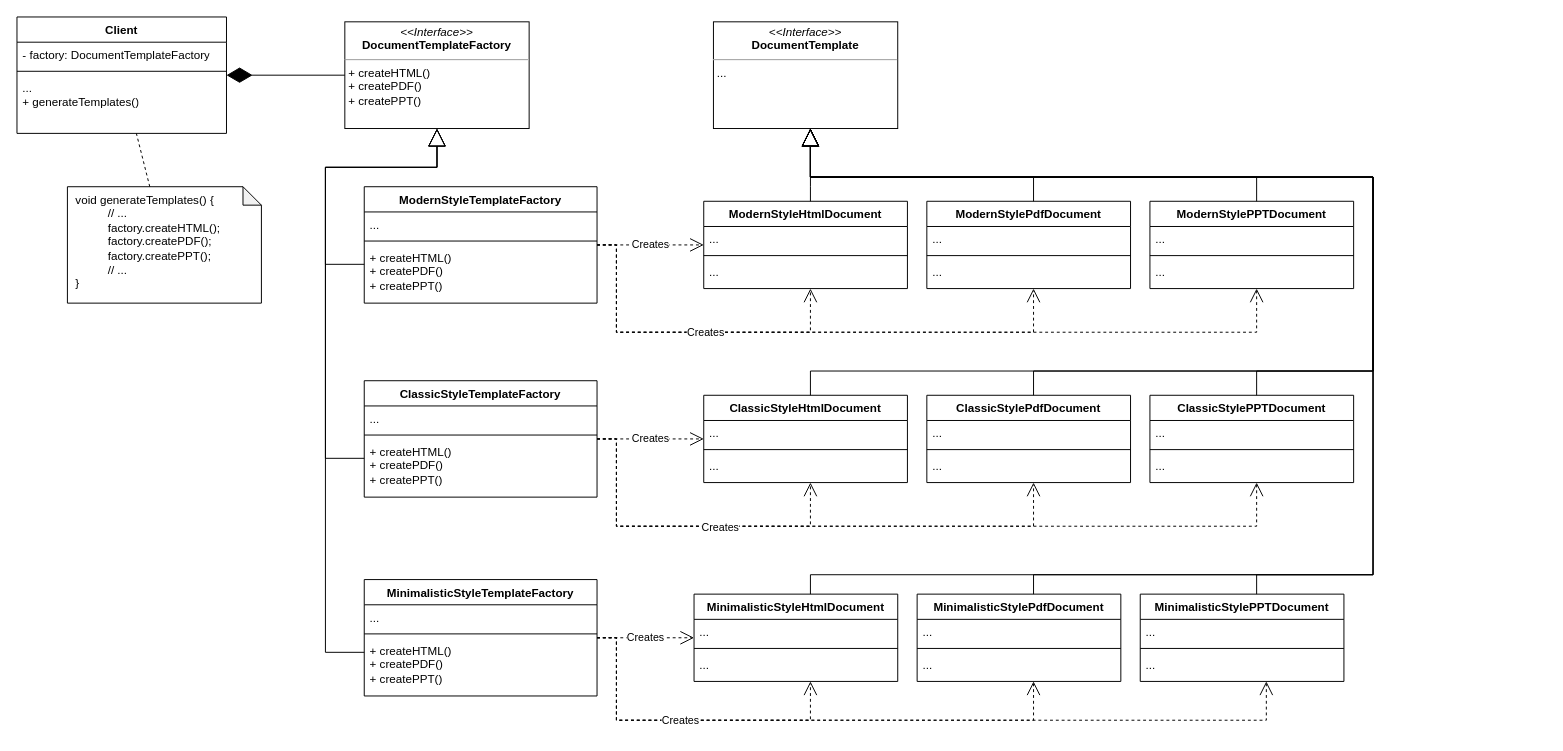
Above: src/main/resources/diagrams/creational/abstract/factory/abstractfactory_problem_definition.drawio in dominikcebula/gof-design-patterns (draw.io), before the change. Source tidied: cells renumbered, new cells numbered last; positions are measured from the earlier drawing's top-left corner, leaving out a move shared by most shapes. Both pictures are drawn from the tidied source at 97%, with x=0, y=0 at pixel (16, 16).
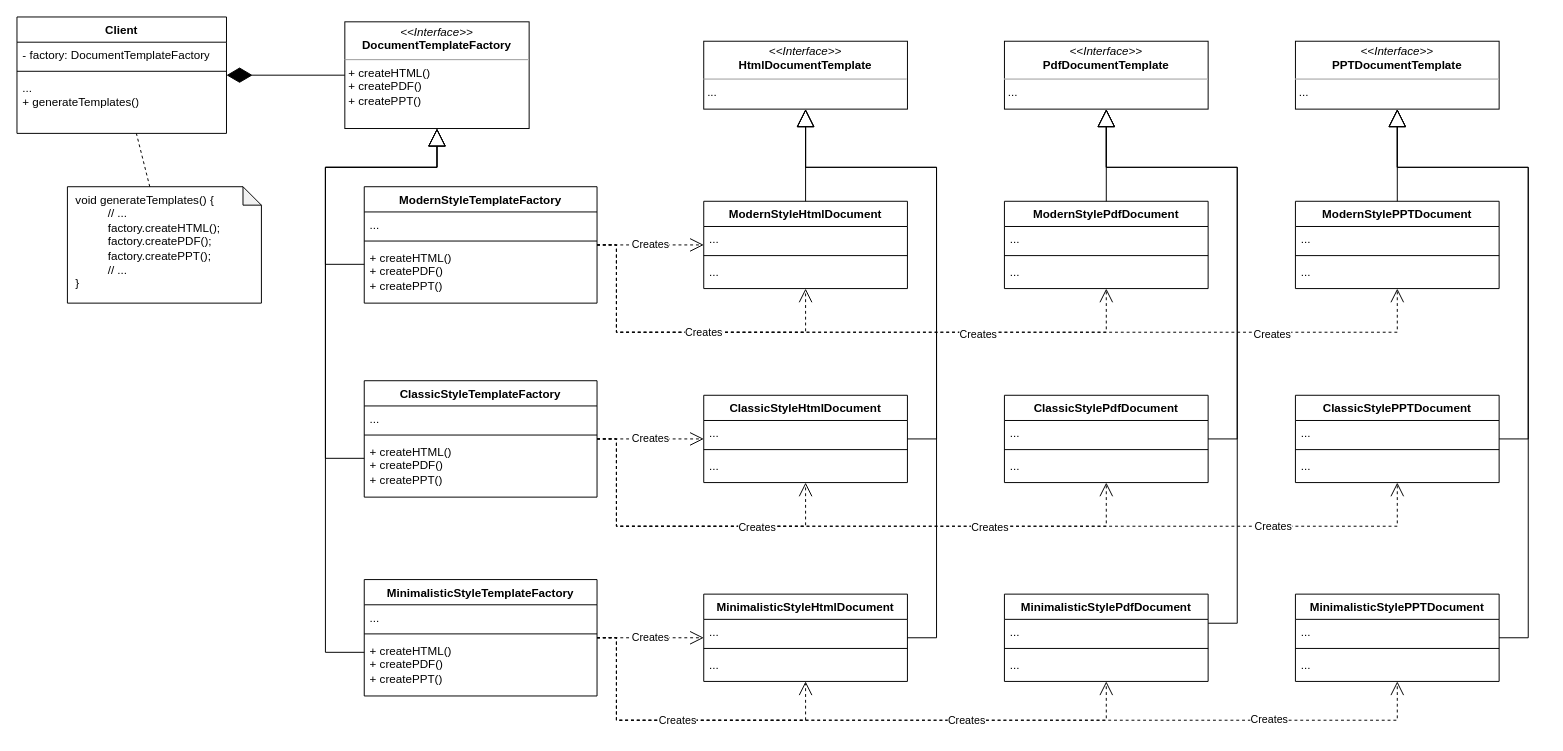
The same diagram, later.

Unchanged cells that the change refers to:
```xml
<mxCell id="5" value="ModernStyleTemplateFactory" style="swimlane;fontStyle=1;align=center;verticalAlign=top;horizontal=1;startSize=26;whiteSpace=wrap;html=1;" parent="1" vertex="1">
  <mxGeometry x="358" y="175" width="240" height="120" as="geometry" />
</mxCell>
<mxCell id="9" value="ClassicStyleTemplateFactory" style="swimlane;fontStyle=1;align=center;verticalAlign=top;horizontal=1;startSize=26;whiteSpace=wrap;html=1;" parent="1" vertex="1">
  <mxGeometry x="358" y="375" width="240" height="120" as="geometry" />
</mxCell>
<mxCell id="13" value="MinimalisticStyleTemplateFactory" style="swimlane;fontStyle=1;align=center;verticalAlign=top;horizontal=1;startSize=26;whiteSpace=wrap;html=1;" parent="1" vertex="1">
  <mxGeometry x="358" y="580" width="240" height="120" as="geometry" />
</mxCell>
<mxCell id="28" value="ModernStyleHtmlDocument" style="swimlane;fontStyle=1;align=center;verticalAlign=top;horizontal=1;startSize=26;whiteSpace=wrap;html=1;" parent="1" vertex="1">
  <mxGeometry x="708" y="190" width="210" height="90" as="geometry" />
</mxCell>
<mxCell id="44" value="ClassicStyleHtmlDocument" style="swimlane;fontStyle=1;align=center;verticalAlign=top;horizontal=1;startSize=26;whiteSpace=wrap;html=1;" parent="1" vertex="1">
  <mxGeometry x="708" y="390" width="210" height="90" as="geometry" />
</mxCell>
```

Diff of the diagram source:
```diff
@@
     <mxCell id="2" style="endArrow=open;endSize=12;dashed=1;html=1;rounded=0;edgeStyle=orthogonalEdgeStyle;" parent="1" edge="1" source="5" target="36">
       <mxGeometry x="-0.01" relative="1" as="geometry">
         <Array as="points">
           <mxPoint x="618" y="235" />
           <mxPoint x="618" y="325" />
-          <mxPoint x="1278" y="325" />
+          <mxPoint x="1423" y="325" />
         </Array>
       </mxGeometry>
     </mxCell>
+    <mxCell id="84" value="Creates" style="edgeLabel;html=1;align=center;verticalAlign=middle;" parent="2" vertex="1">
+      <mxGeometry x="0.58" y="-1" relative="1" as="geometry">
+        <mxPoint x="27" as="offset" />
+      </mxGeometry>
+    </mxCell>
     <mxCell id="3" style="endArrow=open;endSize=12;dashed=1;html=1;rounded=0;edgeStyle=orthogonalEdgeStyle;" parent="1" edge="1" source="5" target="32">
       <mxGeometry x="0.14" relative="1" as="geometry">
         <Array as="points">
           <mxPoint x="618" y="235" />
           <mxPoint x="618" y="325" />
-          <mxPoint x="1048" y="325" />
+          <mxPoint x="1123" y="325" />
         </Array>
       </mxGeometry>
     </mxCell>
+    <mxCell id="85" value="Creates" style="edgeLabel;html=1;align=center;verticalAlign=middle;" parent="3" vertex="1">
+      <mxGeometry x="0.46" y="-1" relative="1" as="geometry" />
+    </mxCell>
@@
-    <mxCell id="27" value="&lt;p style=&quot;margin:0px;margin-top:4px;text-align:center;&quot;&gt;&lt;i&gt;&amp;lt;&amp;lt;Interface&amp;gt;&amp;gt;&lt;/i&gt;&lt;br&gt;&lt;b&gt;DocumentTemplate&lt;/b&gt;&lt;br&gt;&lt;/p&gt;&lt;hr size=&quot;1&quot;&gt;&lt;p style=&quot;margin:0px;margin-left:4px;&quot;&gt;&lt;/p&gt;&lt;p style=&quot;margin:0px;margin-left:4px;&quot;&gt;...&lt;/p&gt;" style="verticalAlign=top;align=left;overflow=fill;fontSize=12;fontFamily=Helvetica;html=1;whiteSpace=wrap;" parent="1" vertex="1">
-      <mxGeometry x="718" y="5" width="190" height="110" as="geometry" />
+    <mxCell id="27" value="&lt;p style=&quot;margin:0px;margin-top:4px;text-align:center;&quot;&gt;&lt;i&gt;&amp;lt;&amp;lt;Interface&amp;gt;&amp;gt;&lt;/i&gt;&lt;br&gt;&lt;b&gt;HtmlDocumentTemplate&lt;/b&gt;&lt;br&gt;&lt;/p&gt;&lt;hr size=&quot;1&quot;&gt;&lt;p style=&quot;margin:0px;margin-left:4px;&quot;&gt;&lt;/p&gt;&lt;p style=&quot;margin:0px;margin-left:4px;&quot;&gt;...&lt;/p&gt;" style="verticalAlign=top;align=left;overflow=fill;fontSize=12;fontFamily=Helvetica;html=1;whiteSpace=wrap;" parent="1" vertex="1">
+      <mxGeometry x="708" y="25" width="210" height="70" as="geometry" />
     </mxCell>
@@
     <mxCell id="32" value="ModernStylePdfDocument" style="swimlane;fontStyle=1;align=center;verticalAlign=top;horizontal=1;startSize=26;whiteSpace=wrap;html=1;" parent="1" vertex="1">
-      <mxGeometry x="938" y="190" width="210" height="90" as="geometry" />
+      <mxGeometry x="1018" y="190" width="210" height="90" as="geometry" />
     </mxCell>
@@
     <mxCell id="36" value="ModernStylePPTDocument" style="swimlane;fontStyle=1;align=center;verticalAlign=top;horizontal=1;startSize=26;whiteSpace=wrap;html=1;" parent="1" vertex="1">
-      <mxGeometry x="1168" y="190" width="210" height="90" as="geometry" />
+      <mxGeometry x="1318" y="190" width="210" height="90" as="geometry" />
     </mxCell>
@@
-    <mxCell id="40" style="endArrow=block;endSize=16;endFill=0;html=1;rounded=0;edgeStyle=orthogonalEdgeStyle;" parent="1" edge="1" source="28" target="27">
-      <mxGeometry relative="1" as="geometry">
-        <Array as="points">
-          <mxPoint x="818" y="175" />
-          <mxPoint x="818" y="175" />
-        </Array>
-      </mxGeometry>
-    </mxCell>
-    <mxCell id="41" style="endArrow=block;endSize=16;endFill=0;html=1;rounded=0;edgeStyle=orthogonalEdgeStyle;" parent="1" edge="1" source="32" target="27">
-      <mxGeometry relative="1" as="geometry">
-        <Array as="points">
-          <mxPoint x="1048" y="165" />
-          <mxPoint x="818" y="165" />
-        </Array>
-      </mxGeometry>
-    </mxCell>
-    <mxCell id="42" style="endArrow=block;endSize=16;endFill=0;html=1;rounded=0;edgeStyle=orthogonalEdgeStyle;" parent="1" edge="1" source="36" target="27">
-      <mxGeometry relative="1" as="geometry">
-        <Array as="points">
-          <mxPoint x="1278" y="165" />
-          <mxPoint x="818" y="165" />
-        </Array>
-      </mxGeometry>
-    </mxCell>
@@
     <mxCell id="48" value="ClassicStylePdfDocument" style="swimlane;fontStyle=1;align=center;verticalAlign=top;horizontal=1;startSize=26;whiteSpace=wrap;html=1;" parent="1" vertex="1">
-      <mxGeometry x="938" y="390" width="210" height="90" as="geometry" />
+      <mxGeometry x="1018" y="390" width="210" height="90" as="geometry" />
     </mxCell>
@@
     <mxCell id="52" value="ClassicStylePPTDocument" style="swimlane;fontStyle=1;align=center;verticalAlign=top;horizontal=1;startSize=26;whiteSpace=wrap;html=1;" parent="1" vertex="1">
-      <mxGeometry x="1168" y="390" width="210" height="90" as="geometry" />
+      <mxGeometry x="1318" y="390" width="210" height="90" as="geometry" />
     </mxCell>
@@
-    <mxCell id="56" style="endArrow=block;endSize=16;endFill=0;html=1;rounded=0;edgeStyle=orthogonalEdgeStyle;" parent="1" edge="1" source="44" target="27">
-      <mxGeometry relative="1" as="geometry">
-        <Array as="points">
-          <mxPoint x="818" y="365" />
-          <mxPoint x="1398" y="365" />
-          <mxPoint x="1398" y="165" />
-          <mxPoint x="818" y="165" />
-        </Array>
-      </mxGeometry>
-    </mxCell>
-    <mxCell id="57" style="endArrow=block;endSize=16;endFill=0;html=1;rounded=0;edgeStyle=orthogonalEdgeStyle;" parent="1" edge="1" source="48" target="27">
-      <mxGeometry relative="1" as="geometry">
-        <Array as="points">
-          <mxPoint x="1048" y="365" />
-          <mxPoint x="1398" y="365" />
-          <mxPoint x="1398" y="165" />
-          <mxPoint x="818" y="165" />
-        </Array>
-      </mxGeometry>
-    </mxCell>
-    <mxCell id="58" style="endArrow=block;endSize=16;endFill=0;html=1;rounded=0;edgeStyle=orthogonalEdgeStyle;" parent="1" edge="1" source="52" target="27">
-      <mxGeometry relative="1" as="geometry">
-        <Array as="points">
-          <mxPoint x="1278" y="365" />
-          <mxPoint x="1398" y="365" />
-          <mxPoint x="1398" y="165" />
-          <mxPoint x="818" y="165" />
-        </Array>
-      </mxGeometry>
-    </mxCell>
@@
     <mxCell id="60" style="endArrow=open;endSize=12;dashed=1;html=1;rounded=0;edgeStyle=orthogonalEdgeStyle;" parent="1" edge="1" source="9" target="44">
       <mxGeometry x="-0.01" relative="1" as="geometry">
         <Array as="points">
           <mxPoint x="618" y="435" />
           <mxPoint x="618" y="525" />
-          <mxPoint x="818" y="525" />
+          <mxPoint x="813" y="525" />
         </Array>
       </mxGeometry>
     </mxCell>
     <mxCell id="61" style="endArrow=open;endSize=12;dashed=1;html=1;rounded=0;edgeStyle=orthogonalEdgeStyle;" parent="1" edge="1" source="9" target="48">
       <mxGeometry x="-0.01" relative="1" as="geometry">
         <Array as="points">
           <mxPoint x="618" y="435" />
           <mxPoint x="618" y="525" />
-          <mxPoint x="1048" y="525" />
+          <mxPoint x="1123" y="525" />
         </Array>
       </mxGeometry>
     </mxCell>
     <mxCell id="62" style="endArrow=open;endSize=12;dashed=1;html=1;rounded=0;edgeStyle=orthogonalEdgeStyle;" parent="1" edge="1" source="9" target="52">
       <mxGeometry x="-0.01" relative="1" as="geometry">
         <Array as="points">
           <mxPoint x="618" y="435" />
           <mxPoint x="618" y="525" />
-          <mxPoint x="1278" y="525" />
+          <mxPoint x="1423" y="525" />
         </Array>
       </mxGeometry>
     </mxCell>
@@
+    <mxCell id="86" value="Creates" style="edgeLabel;html=1;align=center;verticalAlign=middle;" parent="62" vertex="1">
+      <mxGeometry x="0.03" relative="1" as="geometry" />
+    </mxCell>
+    <mxCell id="87" value="Creates" style="edgeLabel;html=1;align=center;verticalAlign=middle;" parent="62" vertex="1">
+      <mxGeometry x="0.57" y="1" relative="1" as="geometry">
+        <mxPoint x="32" as="offset" />
+      </mxGeometry>
+    </mxCell>
     <mxCell id="64" value="Creates" style="endArrow=open;endSize=12;dashed=1;html=1;rounded=0;edgeStyle=orthogonalEdgeStyle;" parent="1" edge="1" source="5" target="28">
       <mxGeometry x="0.14" relative="1" as="geometry">
         <Array as="points">
           <mxPoint x="618" y="235" />
           <mxPoint x="618" y="325" />
-          <mxPoint x="818" y="325" />
+          <mxPoint x="813" y="325" />
         </Array>
       </mxGeometry>
     </mxCell>
     <mxCell id="65" value="MinimalisticStyleHtmlDocument" style="swimlane;fontStyle=1;align=center;verticalAlign=top;horizontal=1;startSize=26;whiteSpace=wrap;html=1;" parent="1" vertex="1">
-      <mxGeometry x="698" y="595" width="210" height="90" as="geometry" />
+      <mxGeometry x="708" y="595" width="210" height="90" as="geometry" />
     </mxCell>
@@
     <mxCell id="69" value="MinimalisticStylePdfDocument" style="swimlane;fontStyle=1;align=center;verticalAlign=top;horizontal=1;startSize=26;whiteSpace=wrap;html=1;" parent="1" vertex="1">
-      <mxGeometry x="928" y="595" width="210" height="90" as="geometry" />
+      <mxGeometry x="1018" y="595" width="210" height="90" as="geometry" />
     </mxCell>
@@
     <mxCell id="73" value="MinimalisticStylePPTDocument" style="swimlane;fontStyle=1;align=center;verticalAlign=top;horizontal=1;startSize=26;whiteSpace=wrap;html=1;" parent="1" vertex="1">
-      <mxGeometry x="1158" y="595" width="210" height="90" as="geometry" />
+      <mxGeometry x="1318" y="595" width="210" height="90" as="geometry" />
     </mxCell>
@@
-    <mxCell id="77" style="endArrow=block;endSize=16;endFill=0;html=1;rounded=0;edgeStyle=orthogonalEdgeStyle;" parent="1" edge="1" source="65" target="27">
-      <mxGeometry relative="1" as="geometry">
-        <Array as="points">
-          <mxPoint x="818" y="575" />
-          <mxPoint x="1398" y="575" />
-          <mxPoint x="1398" y="165" />
-          <mxPoint x="818" y="165" />
-        </Array>
-      </mxGeometry>
-    </mxCell>
-    <mxCell id="78" style="endArrow=block;endSize=16;endFill=0;html=1;rounded=0;edgeStyle=orthogonalEdgeStyle;" parent="1" edge="1" source="69" target="27">
-      <mxGeometry relative="1" as="geometry">
-        <Array as="points">
-          <mxPoint x="1048" y="575" />
-          <mxPoint x="1398" y="575" />
-          <mxPoint x="1398" y="165" />
-          <mxPoint x="818" y="165" />
-        </Array>
-      </mxGeometry>
-    </mxCell>
-    <mxCell id="79" style="endArrow=block;endSize=16;endFill=0;html=1;rounded=0;edgeStyle=orthogonalEdgeStyle;" parent="1" edge="1" source="73" target="27">
-      <mxGeometry relative="1" as="geometry">
-        <Array as="points">
-          <mxPoint x="1278" y="575" />
-          <mxPoint x="1398" y="575" />
-          <mxPoint x="1398" y="165" />
-          <mxPoint x="818" y="165" />
-        </Array>
-      </mxGeometry>
-    </mxCell>
@@
     <mxCell id="81" style="endArrow=open;endSize=12;dashed=1;html=1;rounded=0;edgeStyle=orthogonalEdgeStyle;" parent="1" edge="1" source="13" target="73">
       <mxGeometry x="-0.01" relative="1" as="geometry">
         <Array as="points">
           <mxPoint x="618" y="640" />
           <mxPoint x="618" y="725" />
-          <mxPoint x="1288" y="725" />
+          <mxPoint x="1423" y="725" />
         </Array>
       </mxGeometry>
     </mxCell>
+    <mxCell id="88" value="Creates" style="edgeLabel;html=1;align=center;verticalAlign=middle;" parent="81" vertex="1">
+      <mxGeometry x="0.63" y="2" relative="1" as="geometry">
+        <mxPoint x="3" as="offset" />
+      </mxGeometry>
+    </mxCell>
     <mxCell id="82" style="endArrow=open;endSize=12;dashed=1;html=1;rounded=0;edgeStyle=orthogonalEdgeStyle;" parent="1" edge="1" source="13" target="69">
       <mxGeometry x="-0.01" relative="1" as="geometry">
         <Array as="points">
           <mxPoint x="618" y="640" />
           <mxPoint x="618" y="725" />
-          <mxPoint x="1048" y="725" />
+          <mxPoint x="1123" y="725" />
         </Array>
       </mxGeometry>
     </mxCell>
+    <mxCell id="89" value="Creates" style="edgeLabel;html=1;align=center;verticalAlign=middle;" parent="82" vertex="1">
+      <mxGeometry x="0.43" y="1" relative="1" as="geometry" />
+    </mxCell>
     <mxCell id="83" value="Creates" style="endArrow=open;endSize=12;dashed=1;html=1;rounded=0;edgeStyle=orthogonalEdgeStyle;" parent="1" edge="1" source="13" target="65">
       <mxGeometry x="-0.01" relative="1" as="geometry">
         <Array as="points">
           <mxPoint x="618" y="640" />
           <mxPoint x="618" y="725" />
-          <mxPoint x="818" y="725" />
+          <mxPoint x="813" y="725" />
         </Array>
       </mxGeometry>
     </mxCell>
+    <mxCell id="90" value="&lt;p style=&quot;margin:0px;margin-top:4px;text-align:center;&quot;&gt;&lt;i&gt;&amp;lt;&amp;lt;Interface&amp;gt;&amp;gt;&lt;/i&gt;&lt;br&gt;&lt;b&gt;PdfDocumentTemplate&lt;/b&gt;&lt;br&gt;&lt;/p&gt;&lt;hr size=&quot;1&quot;&gt;&lt;p style=&quot;margin:0px;margin-left:4px;&quot;&gt;&lt;/p&gt;&lt;p style=&quot;margin:0px;margin-left:4px;&quot;&gt;...&lt;/p&gt;" style="verticalAlign=top;align=left;overflow=fill;fontSize=12;fontFamily=Helvetica;html=1;whiteSpace=wrap;" parent="1" vertex="1">
+      <mxGeometry x="1018" y="25" width="210" height="70" as="geometry" />
+    </mxCell>
+    <mxCell id="91" value="&lt;p style=&quot;margin:0px;margin-top:4px;text-align:center;&quot;&gt;&lt;i&gt;&amp;lt;&amp;lt;Interface&amp;gt;&amp;gt;&lt;/i&gt;&lt;br&gt;&lt;b&gt;PPTDocumentTemplate&lt;/b&gt;&lt;br&gt;&lt;/p&gt;&lt;hr size=&quot;1&quot;&gt;&lt;p style=&quot;margin:0px;margin-left:4px;&quot;&gt;&lt;/p&gt;&lt;p style=&quot;margin:0px;margin-left:4px;&quot;&gt;...&lt;/p&gt;" style="verticalAlign=top;align=left;overflow=fill;fontSize=12;fontFamily=Helvetica;html=1;whiteSpace=wrap;" parent="1" vertex="1">
+      <mxGeometry x="1318" y="25" width="210" height="70" as="geometry" />
+    </mxCell>
+    <mxCell id="40" style="endArrow=block;endSize=16;endFill=0;html=1;rounded=0;" parent="1" edge="1" source="28" target="27">
+      <mxGeometry relative="1" as="geometry" />
+    </mxCell>
+    <mxCell id="92" style="endArrow=block;endSize=16;endFill=0;html=1;rounded=0;" parent="1" edge="1" source="32" target="90">
+      <mxGeometry relative="1" as="geometry" />
+    </mxCell>
+    <mxCell id="93" style="endArrow=block;endSize=16;endFill=0;html=1;rounded=0;" parent="1" edge="1" source="36" target="91">
+      <mxGeometry relative="1" as="geometry" />
+    </mxCell>
+    <mxCell id="56" style="endArrow=block;endSize=16;endFill=0;html=1;rounded=0;edgeStyle=orthogonalEdgeStyle;" parent="1" edge="1" source="44" target="27">
+      <mxGeometry relative="1" as="geometry">
+        <Array as="points">
+          <mxPoint x="948" y="435" />
+          <mxPoint x="948" y="155" />
+          <mxPoint x="813" y="155" />
+        </Array>
+      </mxGeometry>
+    </mxCell>
+    <mxCell id="77" style="endArrow=block;endSize=16;endFill=0;html=1;rounded=0;edgeStyle=orthogonalEdgeStyle;" parent="1" edge="1" source="65" target="27">
+      <mxGeometry relative="1" as="geometry">
+        <Array as="points">
+          <mxPoint x="948" y="640" />
+          <mxPoint x="948" y="155" />
+          <mxPoint x="813" y="155" />
+        </Array>
+      </mxGeometry>
+    </mxCell>
+    <mxCell id="94" style="endArrow=block;endSize=16;endFill=0;html=1;rounded=0;edgeStyle=orthogonalEdgeStyle;" parent="1" edge="1" source="48" target="90">
+      <mxGeometry relative="1" as="geometry">
+        <Array as="points">
+          <mxPoint x="1258" y="435" />
+          <mxPoint x="1258" y="155" />
+          <mxPoint x="1123" y="155" />
+        </Array>
+      </mxGeometry>
+    </mxCell>
+    <mxCell id="95" style="endArrow=block;endSize=16;endFill=0;html=1;rounded=0;edgeStyle=orthogonalEdgeStyle;" parent="1" edge="1" source="69" target="90">
+      <mxGeometry relative="1" as="geometry">
+        <Array as="points">
+          <mxPoint x="1258" y="625" />
+          <mxPoint x="1258" y="155" />
+          <mxPoint x="1123" y="155" />
+        </Array>
+      </mxGeometry>
+    </mxCell>
+    <mxCell id="96" style="endArrow=block;endSize=16;endFill=0;html=1;rounded=0;edgeStyle=orthogonalEdgeStyle;" parent="1" edge="1" source="52" target="91">
+      <mxGeometry relative="1" as="geometry">
+        <Array as="points">
+          <mxPoint x="1558" y="435" />
+          <mxPoint x="1558" y="155" />
+          <mxPoint x="1423" y="155" />
+        </Array>
+      </mxGeometry>
+    </mxCell>
+    <mxCell id="97" style="endArrow=block;endSize=16;endFill=0;html=1;rounded=0;edgeStyle=orthogonalEdgeStyle;" parent="1" edge="1" source="73" target="91">
+      <mxGeometry relative="1" as="geometry">
+        <Array as="points">
+          <mxPoint x="1558" y="640" />
+          <mxPoint x="1558" y="155" />
+          <mxPoint x="1423" y="155" />
+        </Array>
+      </mxGeometry>
+    </mxCell>
```
